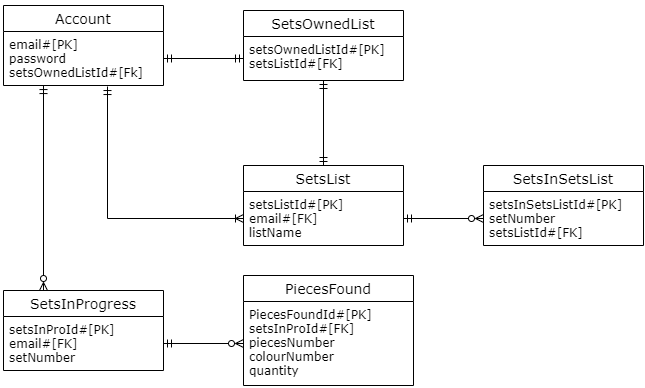
Dan-R-Booth/Lego-Set-Checklist keeps this draw.io diagram as Planning/ER Class Diagram.png. Above is the earlier version. Source tidied: cells renumbered, new cells last; positions are measured from the earlier drawing's top-left corner, leaving out a move shared by most shapes.
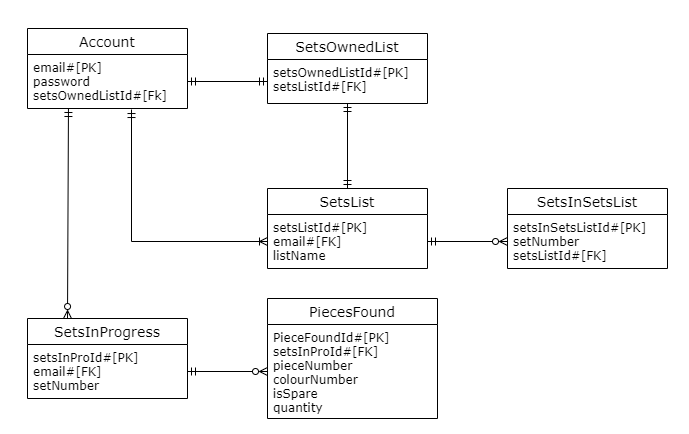
After the commit.

Commit message:
Changed ER diagram for database so that it incorrporates new information that I have learntso far during the project

Change to the diagram source:
```diff
@@ -28,16 +28,16 @@
       </mxGeometry>
     </mxCell>
     <mxCell id="9" value="SetsInProgress" style="swimlane;fontStyle=0;horizontal=1;startSize=26;align=center;fontSize=14;fontFamily=Verdana;" parent="1" vertex="1">
-      <mxGeometry y="285" width="160" height="80" as="geometry" />
+      <mxGeometry y="290" width="160" height="80" as="geometry" />
     </mxCell>
     <mxCell id="10" value="setsInProId#[PK]&#10;email#[FK]&#10;setNumber" style="text;strokeColor=none;fillColor=none;spacingLeft=4;spacingRight=4;overflow=hidden;points=[[0,0.5],[1,0.5]];portConstraint=eastwest;fontSize=12;fontFamily=Verdana;" parent="9" vertex="1">
       <mxGeometry y="26" width="160" height="54" as="geometry" />
     </mxCell>
     <mxCell id="11" value="PiecesFound" style="swimlane;fontStyle=0;horizontal=1;startSize=26;align=center;fontSize=14;fontFamily=Verdana;" parent="1" vertex="1">
-      <mxGeometry x="240" y="270" width="170" height="110" as="geometry" />
+      <mxGeometry x="240" y="270" width="170" height="120" as="geometry" />
     </mxCell>
-    <mxCell id="12" value="PiecesFoundId#[PK]&#10;setsInProId#[FK]&#10;piecesNumber&#10;colourNumber&#10;quantity" style="text;strokeColor=none;fillColor=none;spacingLeft=4;spacingRight=4;overflow=hidden;points=[[0,0.5],[1,0.5]];portConstraint=eastwest;fontSize=12;fontFamily=Verdana;" parent="11" vertex="1">
-      <mxGeometry y="26" width="170" height="84" as="geometry" />
+    <mxCell id="12" value="PieceFoundId#[PK]&#10;setsInProId#[FK]&#10;pieceNumber&#10;colourNumber&#10;isSpare&#10;quantity" style="text;strokeColor=none;fillColor=none;spacingLeft=4;spacingRight=4;overflow=hidden;points=[[0,0.5],[1,0.5]];portConstraint=eastwest;fontSize=12;fontFamily=Verdana;" parent="11" vertex="1">
+      <mxGeometry y="26" width="170" height="94" as="geometry" />
     </mxCell>
     <mxCell id="13" style="edgeStyle=orthogonalEdgeStyle;rounded=0;jettySize=auto;html=1;exitX=1;exitY=0.5;exitDx=0;exitDy=0;entryX=0;entryY=0.5;entryDx=0;entryDy=0;fontFamily=Verdana;endArrow=ERzeroToMany;endFill=0;startArrow=ERmandOne;startFill=0;" parent="1" edge="1" source="10" target="12">
       <mxGeometry relative="1" as="geometry" />
```
